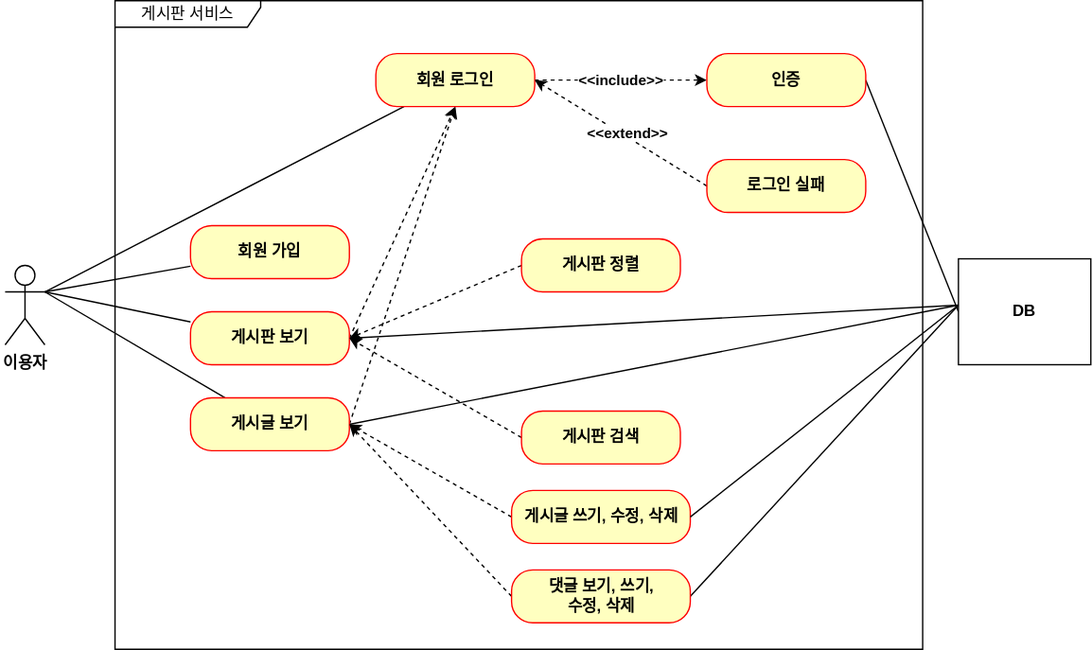
Junobee25/project-board keeps this draw.io diagram as document/use-case.svg. Above is the earlier version. Source tidied: cells renumbered, new cells last; positions are measured from the earlier drawing's top-left corner, leaving out a move shared by most shapes.
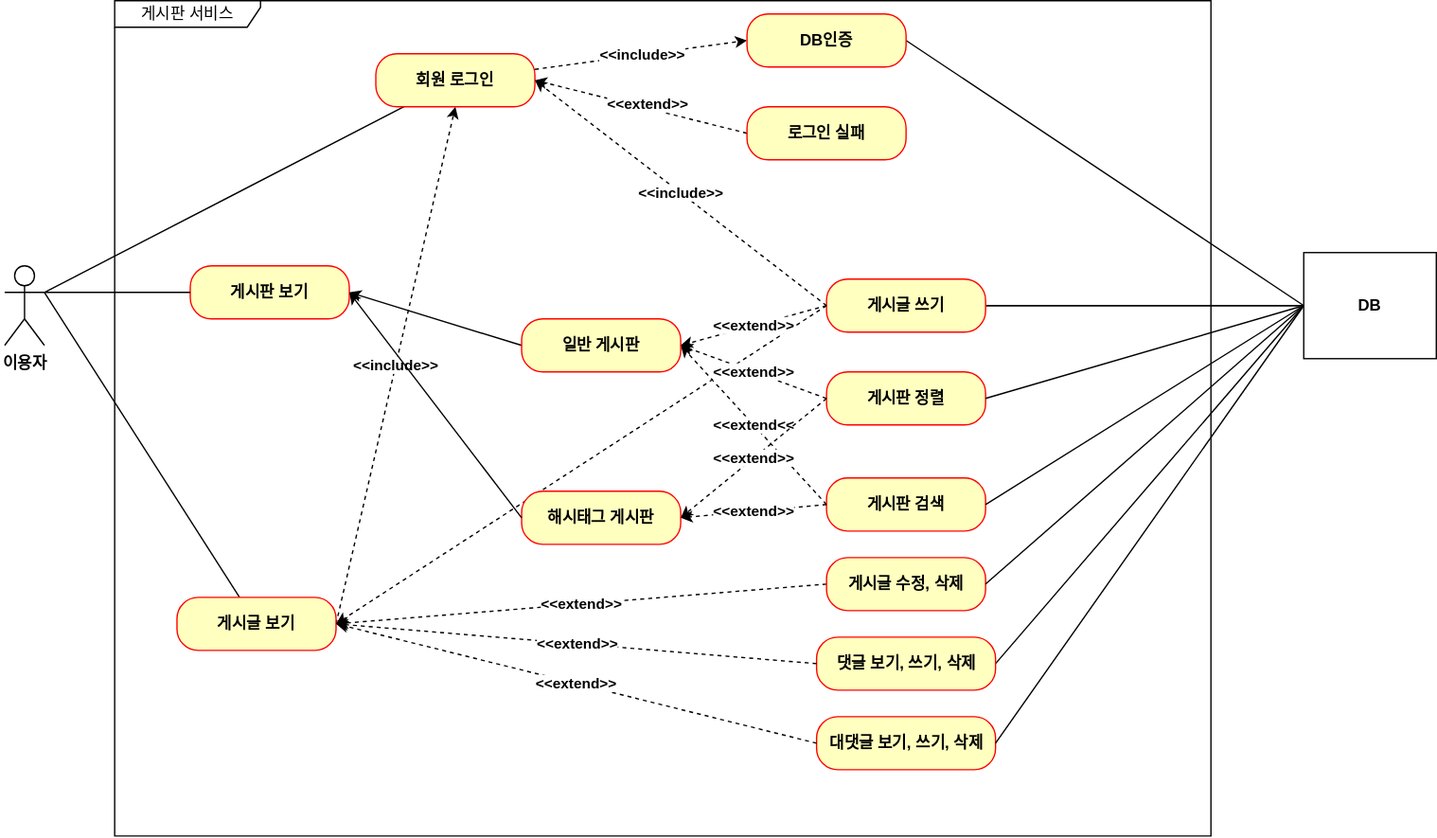
The same diagram one commit later.

Commit message:
#51 - use-case.svg를 현재 상황에 맞춰 업데이트

Change to the diagram source:
```diff
@@ -6,51 +6,35 @@
       <mxGeometry y="200" width="30" height="60" as="geometry" />
     </mxCell>
     <mxCell id="3" value="게시판 서비스" style="shape=umlFrame;whiteSpace=wrap;html=1;width=110;height=20;" parent="1" vertex="1">
-      <mxGeometry x="83" width="610" height="490" as="geometry" />
+      <mxGeometry x="83" width="827" height="630" as="geometry" />
     </mxCell>
-    <mxCell id="4" style="rounded=0;jettySize=auto;html=1;endArrow=none;endFill=0;" parent="1" edge="1" source="5">
-      <mxGeometry relative="1" as="geometry">
-        <mxPoint x="30" y="220" as="targetPoint" />
-      </mxGeometry>
-    </mxCell>
-    <mxCell id="5" value="&lt;b&gt;회원 가입&lt;/b&gt;" style="rounded=1;whiteSpace=wrap;html=1;arcSize=40;fontColor=#000000;fillColor=#ffffc0;strokeColor=#ff0000;" parent="1" vertex="1">
-      <mxGeometry x="140" y="170" width="120" height="40" as="geometry" />
-    </mxCell>
-    <mxCell id="6" style="rounded=0;jettySize=auto;html=1;exitX=1;exitY=0.5;exitDx=0;exitDy=0;entryX=0.5;entryY=1;entryDx=0;entryDy=0;dashed=1;" parent="1" edge="1" source="8" target="15">
-      <mxGeometry relative="1" as="geometry" />
-    </mxCell>
-    <mxCell id="7" style="rounded=0;jettySize=auto;html=1;exitX=1;exitY=0.5;exitDx=0;exitDy=0;endArrow=none;endFill=0;" parent="1" edge="1" source="8">
+    <mxCell id="7" style="rounded=0;jettySize=auto;html=1;exitX=1;exitY=0.5;exitDx=0;exitDy=0;endArrow=none;endFill=0;" parent="1" edge="1" source="25">
       <mxGeometry relative="1" as="geometry">
-        <mxPoint x="720" y="230" as="targetPoint" />
+        <mxPoint x="980" y="230" as="targetPoint" />
       </mxGeometry>
     </mxCell>
     <mxCell id="8" value="&lt;b&gt;게시판 보기&lt;/b&gt;" style="rounded=1;whiteSpace=wrap;html=1;arcSize=40;fontColor=#000000;fillColor=#ffffc0;strokeColor=#ff0000;" parent="1" vertex="1">
-      <mxGeometry x="140" y="235" width="120" height="40" as="geometry" />
+      <mxGeometry x="140" y="200" width="120" height="40" as="geometry" />
     </mxCell>
     <mxCell id="9" style="rounded=0;jettySize=auto;html=1;endArrow=none;endFill=0;" parent="1" edge="1" source="12">
       <mxGeometry relative="1" as="geometry">
         <mxPoint x="30" y="220" as="targetPoint" />
       </mxGeometry>
     </mxCell>
-    <mxCell id="10" style="rounded=0;jettySize=auto;html=1;exitX=1;exitY=0.5;exitDx=0;exitDy=0;dashed=1;" parent="1" edge="1" source="12">
+    <mxCell id="10" value="&amp;lt;&amp;lt;include&amp;gt;&amp;gt;" style="rounded=0;jettySize=auto;html=1;exitX=1;exitY=0.5;exitDx=0;exitDy=0;dashed=1;fontStyle=1;" parent="1" edge="1" source="12">
       <mxGeometry relative="1" as="geometry">
         <mxPoint x="340" y="80" as="targetPoint" />
       </mxGeometry>
     </mxCell>
-    <mxCell id="11" style="rounded=0;jettySize=auto;html=1;exitX=1;exitY=0.5;exitDx=0;exitDy=0;endArrow=none;endFill=0;" parent="1" edge="1" source="12">
-      <mxGeometry relative="1" as="geometry">
-        <mxPoint x="720" y="230" as="targetPoint" />
-      </mxGeometry>
-    </mxCell>
     <mxCell id="12" value="&lt;b&gt;게시글 보기&lt;/b&gt;" style="rounded=1;whiteSpace=wrap;html=1;arcSize=40;fontColor=#000000;fillColor=#ffffc0;strokeColor=#ff0000;" parent="1" vertex="1">
-      <mxGeometry x="140" y="300" width="120" height="40" as="geometry" />
+      <mxGeometry x="130" y="450" width="120" height="40" as="geometry" />
     </mxCell>
     <mxCell id="13" style="rounded=0;jettySize=auto;html=1;endArrow=none;endFill=0;" parent="1" edge="1" source="15">
       <mxGeometry relative="1" as="geometry">
         <mxPoint x="30" y="220" as="targetPoint" />
       </mxGeometry>
     </mxCell>
-    <mxCell id="14" value="&lt;b&gt;&amp;lt;&amp;lt;include&amp;gt;&amp;gt;&lt;/b&gt;" style="edgeStyle=orthogonalEdgeStyle;rounded=0;jettySize=auto;html=1;entryX=0;entryY=0.5;entryDx=0;entryDy=0;endArrow=classic;endFill=1;dashed=1;" parent="1" edge="1" source="15" target="17">
+    <mxCell id="14" value="&lt;b&gt;&amp;lt;&amp;lt;include&amp;gt;&amp;gt;&lt;/b&gt;" style="rounded=0;jettySize=auto;html=1;entryX=0;entryY=0.5;entryDx=0;entryDy=0;endArrow=classic;endFill=1;dashed=1;" parent="1" edge="1" source="15" target="17">
       <mxGeometry relative="1" as="geometry" />
     </mxCell>
     <mxCell id="15" value="&lt;b&gt;회원 로그인&lt;/b&gt;" style="rounded=1;whiteSpace=wrap;html=1;arcSize=40;fontColor=#000000;fillColor=#ffffc0;strokeColor=#ff0000;" parent="1" vertex="1">
@@ -59,56 +43,121 @@
     <mxCell id="16" style="rounded=0;jettySize=auto;html=1;exitX=1;exitY=0.5;exitDx=0;exitDy=0;entryX=0;entryY=0.5;entryDx=0;entryDy=0;endArrow=none;endFill=0;" parent="1" edge="1" source="17" target="30">
       <mxGeometry relative="1" as="geometry" />
     </mxCell>
-    <mxCell id="17" value="&lt;b&gt;인증&lt;/b&gt;" style="rounded=1;whiteSpace=wrap;html=1;arcSize=40;fontColor=#000000;fillColor=#ffffc0;strokeColor=#ff0000;" parent="1" vertex="1">
-      <mxGeometry x="530" y="40" width="120" height="40" as="geometry" />
+    <mxCell id="17" value="&lt;b&gt;DB인증&lt;/b&gt;" style="rounded=1;whiteSpace=wrap;html=1;arcSize=40;fontColor=#000000;fillColor=#ffffc0;strokeColor=#ff0000;" parent="1" vertex="1">
+      <mxGeometry x="560" y="10" width="120" height="40" as="geometry" />
     </mxCell>
     <mxCell id="18" value="&lt;b&gt;&amp;lt;&amp;lt;extend&amp;gt;&amp;gt;&lt;/b&gt;" style="rounded=0;jettySize=auto;html=1;exitX=0;exitY=0.5;exitDx=0;exitDy=0;entryX=1;entryY=0.5;entryDx=0;entryDy=0;endArrow=classic;endFill=1;dashed=1;" parent="1" edge="1" source="19" target="15">
       <mxGeometry x="-0.06" y="-3" relative="1" as="geometry" />
     </mxCell>
     <mxCell id="19" value="&lt;b&gt;로그인 실패&lt;/b&gt;" style="rounded=1;whiteSpace=wrap;html=1;arcSize=40;fontColor=#000000;fillColor=#ffffc0;strokeColor=#ff0000;" parent="1" vertex="1">
-      <mxGeometry x="530" y="120" width="120" height="40" as="geometry" />
+      <mxGeometry x="560" y="80" width="120" height="40" as="geometry" />
     </mxCell>
-    <mxCell id="20" style="rounded=0;jettySize=auto;html=1;exitX=0;exitY=0.5;exitDx=0;exitDy=0;entryX=1;entryY=0.5;entryDx=0;entryDy=0;dashed=1;" parent="1" edge="1" source="21" target="8">
+    <mxCell id="20" style="rounded=0;jettySize=auto;html=1;exitX=0;exitY=0.5;exitDx=0;exitDy=0;entryX=1;entryY=0.5;entryDx=0;entryDy=0;" parent="1" edge="1" source="34" target="8">
       <mxGeometry relative="1" as="geometry" />
     </mxCell>
     <mxCell id="21" value="&lt;b&gt;게시판 정렬&lt;/b&gt;" style="rounded=1;whiteSpace=wrap;html=1;arcSize=40;fontColor=#000000;fillColor=#ffffc0;strokeColor=#ff0000;" parent="1" vertex="1">
-      <mxGeometry x="390" y="180" width="120" height="40" as="geometry" />
+      <mxGeometry x="620" y="280" width="120" height="40" as="geometry" />
     </mxCell>
-    <mxCell id="22" style="rounded=0;jettySize=auto;html=1;exitX=0;exitY=0.5;exitDx=0;exitDy=0;entryX=1;entryY=0.5;entryDx=0;entryDy=0;dashed=1;" parent="1" edge="1" source="23" target="8">
-      <mxGeometry relative="1" as="geometry" />
+    <mxCell id="22" value="&amp;lt;&amp;lt;extend&amp;lt;&amp;lt;" style="rounded=0;jettySize=auto;html=1;exitX=0;exitY=0.5;exitDx=0;exitDy=0;dashed=1;fontStyle=1;" parent="1" edge="1" source="23">
+      <mxGeometry relative="1" as="geometry">
+        <mxPoint x="510" y="260" as="targetPoint" />
+      </mxGeometry>
     </mxCell>
     <mxCell id="23" value="&lt;b&gt;게시판 검색&lt;/b&gt;" style="rounded=1;whiteSpace=wrap;html=1;arcSize=40;fontColor=#000000;fillColor=#ffffc0;strokeColor=#ff0000;" parent="1" vertex="1">
-      <mxGeometry x="390" y="310" width="120" height="40" as="geometry" />
+      <mxGeometry x="620" y="360" width="120" height="40" as="geometry" />
     </mxCell>
     <mxCell id="24" style="rounded=0;jettySize=auto;html=1;exitX=0;exitY=0.5;exitDx=0;exitDy=0;entryX=1;entryY=0.5;entryDx=0;entryDy=0;dashed=1;" parent="1" edge="1" source="25" target="12">
       <mxGeometry relative="1" as="geometry" />
     </mxCell>
-    <mxCell id="25" value="&lt;b&gt;게시글 쓰기, 수정, 삭제&lt;/b&gt;" style="rounded=1;whiteSpace=wrap;html=1;arcSize=40;fontColor=#000000;fillColor=#ffffc0;strokeColor=#ff0000;" parent="1" vertex="1">
-      <mxGeometry x="382.5" y="370" width="135" height="40" as="geometry" />
-    </mxCell>
-    <mxCell id="26" style="rounded=0;jettySize=auto;html=1;exitX=0;exitY=0.5;exitDx=0;exitDy=0;dashed=1;" parent="1" edge="1" source="28">
+    <mxCell id="26" value="&amp;lt;&amp;lt;extend&amp;gt;&amp;gt;" style="rounded=0;jettySize=auto;html=1;exitX=0;exitY=0.5;exitDx=0;exitDy=0;dashed=1;entryX=1;entryY=0.5;entryDx=0;entryDy=0;fontStyle=1;" parent="1" edge="1" target="12">
       <mxGeometry relative="1" as="geometry">
-        <mxPoint x="260" y="320" as="targetPoint" />
+        <mxPoint x="620" y="440" as="sourcePoint" />
       </mxGeometry>
     </mxCell>
-    <mxCell id="27" style="rounded=0;jettySize=auto;html=1;exitX=1;exitY=0.5;exitDx=0;exitDy=0;endArrow=none;endFill=0;" parent="1" edge="1" source="28">
-      <mxGeometry relative="1" as="geometry">
-        <mxPoint x="720" y="230" as="targetPoint" />
-      </mxGeometry>
+    <mxCell id="27" style="rounded=0;jettySize=auto;html=1;exitX=1;exitY=0.5;exitDx=0;exitDy=0;endArrow=none;endFill=0;entryX=0;entryY=0.5;entryDx=0;entryDy=0;" parent="1" edge="1" source="28" target="30">
+      <mxGeometry relative="1" as="geometry" />
     </mxCell>
-    <mxCell id="28" value="&lt;b&gt;댓글 보기, 쓰기, &lt;br&gt;수정, 삭제&lt;/b&gt;" style="rounded=1;whiteSpace=wrap;html=1;arcSize=40;fontColor=#000000;fillColor=#ffffc0;strokeColor=#ff0000;" parent="1" vertex="1">
-      <mxGeometry x="382.5" y="430" width="135" height="40" as="geometry" />
+    <mxCell id="28" value="&lt;b&gt;댓글 보기, 쓰기, 삭제&lt;/b&gt;" style="rounded=1;whiteSpace=wrap;html=1;arcSize=40;fontColor=#000000;fillColor=#ffffc0;strokeColor=#ff0000;" parent="1" vertex="1">
+      <mxGeometry x="612.5" y="480" width="135" height="40" as="geometry" />
     </mxCell>
     <mxCell id="29" style="rounded=0;jettySize=auto;html=1;entryX=1;entryY=0.3333333333333333;entryDx=0;entryDy=0;entryPerimeter=0;endArrow=none;endFill=0;" parent="1" edge="1" source="8" target="2">
       <mxGeometry relative="1" as="geometry" />
     </mxCell>
     <mxCell id="30" value="&lt;span&gt;DB&lt;/span&gt;" style="html=1;whiteSpace=wrap;fontStyle=1;" parent="1" vertex="1">
-      <mxGeometry x="720" y="195" width="100" height="80" as="geometry" />
+      <mxGeometry x="980" y="190" width="100" height="80" as="geometry" />
     </mxCell>
-    <mxCell id="31" style="rounded=0;jettySize=auto;html=1;exitX=1;exitY=0.5;exitDx=0;exitDy=0;endArrow=none;endFill=0;" parent="1" edge="1" source="25">
-      <mxGeometry relative="1" as="geometry">
-        <mxPoint x="720" y="230" as="targetPoint" />
-      </mxGeometry>
+    <mxCell id="31" style="rounded=0;jettySize=auto;html=1;exitX=1;exitY=0.5;exitDx=0;exitDy=0;endArrow=none;endFill=0;entryX=0;entryY=0.5;entryDx=0;entryDy=0;" parent="1" edge="1" source="25" target="30">
+      <mxGeometry relative="1" as="geometry" />
     </mxCell>
+    <mxCell id="32" value="&lt;b&gt;해시태그 게시판&lt;/b&gt;" style="rounded=1;whiteSpace=wrap;html=1;arcSize=40;fontColor=#000000;fillColor=#ffffc0;strokeColor=#ff0000;" parent="1" vertex="1">
+      <mxGeometry x="390" y="370" width="120" height="40" as="geometry" />
+    </mxCell>
+    <mxCell id="25" value="&lt;b&gt;게시글 쓰기&lt;/b&gt;" style="rounded=1;whiteSpace=wrap;html=1;arcSize=40;fontColor=#000000;fillColor=#ffffc0;strokeColor=#ff0000;" parent="1" vertex="1">
+      <mxGeometry x="620" y="210" width="120" height="40" as="geometry" />
+    </mxCell>
+    <mxCell id="33" value="&amp;lt;&amp;lt;extend&amp;gt;&amp;gt;" style="rounded=0;jettySize=auto;html=1;exitX=0;exitY=0.5;exitDx=0;exitDy=0;entryX=1;entryY=0.5;entryDx=0;entryDy=0;dashed=1;fontStyle=1;" parent="1" edge="1" source="21" target="34">
+      <mxGeometry relative="1" as="geometry" />
+    </mxCell>
+    <mxCell id="34" value="&lt;b&gt;일반 게시판&lt;/b&gt;" style="rounded=1;whiteSpace=wrap;html=1;arcSize=40;fontColor=#000000;fillColor=#ffffc0;strokeColor=#ff0000;" parent="1" vertex="1">
+      <mxGeometry x="390" y="240" width="120" height="40" as="geometry" />
+    </mxCell>
+    <mxCell id="35" value="&amp;lt;&amp;lt;include&amp;gt;&amp;gt;" style="rounded=0;orthogonalLoop=1;jettySize=auto;html=1;entryX=0.5;entryY=1;entryDx=0;entryDy=0;dashed=1;fontStyle=1;" parent="1" edge="1">
+      <mxGeometry relative="1" as="geometry">
+        <mxPoint x="620" y="230" as="sourcePoint" />
+        <mxPoint x="400" y="60" as="targetPoint" />
+      </mxGeometry>
+    </mxCell>
+    <mxCell id="36" value="&amp;lt;&amp;lt;extend&amp;gt;&amp;gt;" style="rounded=0;jettySize=auto;html=1;entryX=1;entryY=0.5;entryDx=0;entryDy=0;dashed=1;fontStyle=1;" parent="1" edge="1" target="34">
+      <mxGeometry relative="1" as="geometry">
+        <mxPoint x="620" y="230" as="sourcePoint" />
+      </mxGeometry>
+    </mxCell>
+    <mxCell id="37" value="&amp;lt;&amp;lt;extend&amp;gt;&amp;gt;" style="rounded=0;jettySize=auto;html=1;exitX=0;exitY=0.5;exitDx=0;exitDy=0;entryX=1;entryY=0.5;entryDx=0;entryDy=0;dashed=1;fontStyle=1;" parent="1" edge="1" source="21" target="32">
+      <mxGeometry relative="1" as="geometry" />
+    </mxCell>
+    <mxCell id="38" value="&amp;lt;&amp;lt;extend&amp;gt;&amp;gt;" style="rounded=0;jettySize=auto;html=1;exitX=0;exitY=0.5;exitDx=0;exitDy=0;dashed=1;entryX=1;entryY=0.5;entryDx=0;entryDy=0;fontStyle=1;" parent="1" edge="1" source="23" target="32">
+      <mxGeometry relative="1" as="geometry" />
+    </mxCell>
+    <mxCell id="39" value="&lt;b&gt;게시글 수정, 삭제&lt;/b&gt;" style="rounded=1;whiteSpace=wrap;html=1;arcSize=40;fontColor=#000000;fillColor=#ffffc0;strokeColor=#ff0000;" parent="1" vertex="1">
+      <mxGeometry x="620" y="420" width="120" height="40" as="geometry" />
+    </mxCell>
+    <mxCell id="40" style="rounded=0;jettySize=auto;html=1;exitX=1;exitY=0.5;exitDx=0;exitDy=0;endArrow=none;endFill=0;entryX=0;entryY=0.5;entryDx=0;entryDy=0;" parent="1" edge="1" target="30">
+      <mxGeometry relative="1" as="geometry">
+        <mxPoint x="740" y="300" as="sourcePoint" />
+      </mxGeometry>
+    </mxCell>
+    <mxCell id="41" value="&lt;b&gt;대댓글 보기, 쓰기, 삭제&lt;/b&gt;" style="rounded=1;whiteSpace=wrap;html=1;arcSize=40;fontColor=#000000;fillColor=#ffffc0;strokeColor=#ff0000;" parent="1" vertex="1">
+      <mxGeometry x="612.5" y="540" width="135" height="40" as="geometry" />
+    </mxCell>
+    <mxCell id="42" style="rounded=0;jettySize=auto;html=1;exitX=1;exitY=0.5;exitDx=0;exitDy=0;endArrow=none;endFill=0;entryX=0;entryY=0.5;entryDx=0;entryDy=0;" parent="1" edge="1" target="30">
+      <mxGeometry relative="1" as="geometry">
+        <mxPoint x="740" y="380" as="sourcePoint" />
+      </mxGeometry>
+    </mxCell>
+    <mxCell id="43" style="rounded=0;jettySize=auto;html=1;exitX=1;exitY=0.5;exitDx=0;exitDy=0;endArrow=none;endFill=0;entryX=0;entryY=0.5;entryDx=0;entryDy=0;" parent="1" edge="1" target="30">
+      <mxGeometry relative="1" as="geometry">
+        <mxPoint x="740" y="440" as="sourcePoint" />
+      </mxGeometry>
+    </mxCell>
+    <mxCell id="44" style="rounded=0;jettySize=auto;html=1;exitX=1;exitY=0.5;exitDx=0;exitDy=0;endArrow=none;endFill=0;entryX=0;entryY=0.5;entryDx=0;entryDy=0;" parent="1" edge="1" target="30">
+      <mxGeometry relative="1" as="geometry">
+        <mxPoint x="747.5" y="560" as="sourcePoint" />
+      </mxGeometry>
+    </mxCell>
+    <mxCell id="45" style="rounded=0;jettySize=auto;html=1;exitX=0;exitY=0.5;exitDx=0;exitDy=0;entryX=1;entryY=0.5;entryDx=0;entryDy=0;" parent="1" edge="1" target="8">
+      <mxGeometry relative="1" as="geometry">
+        <mxPoint x="390" y="390" as="sourcePoint" />
+      </mxGeometry>
+    </mxCell>
+    <mxCell id="46" value="&amp;lt;&amp;lt;extend&amp;gt;&amp;gt;" style="rounded=0;jettySize=auto;html=1;exitX=0;exitY=0.5;exitDx=0;exitDy=0;dashed=1;fontStyle=1;entryX=1;entryY=0.5;entryDx=0;entryDy=0;" parent="1" edge="1" target="12">
+      <mxGeometry relative="1" as="geometry">
+        <mxPoint x="612.5" y="500" as="sourcePoint" />
+      </mxGeometry>
+    </mxCell>
+    <mxCell id="47" value="&amp;lt;&amp;lt;extend&amp;gt;&amp;gt;" style="rounded=0;jettySize=auto;html=1;exitX=0;exitY=0.5;exitDx=0;exitDy=0;dashed=1;entryX=1;entryY=0.5;entryDx=0;entryDy=0;fontStyle=1;" parent="1" edge="1" target="12">
+      <mxGeometry relative="1" as="geometry">
+        <mxPoint x="612.5" y="560" as="sourcePoint" />
+      </mxGeometry>
+    </mxCell>
   </root>
 </mxGraphModel>
```
